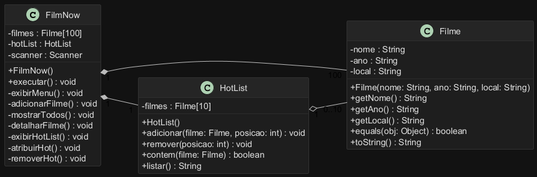
Earlier version of the PlantUML export docs/FilmNow_UML.png (juliovlpsp-commits/LAB03-S). The source it was exported from:
```plantuml
@startuml FilmNow
left to right direction
skinparam backgroundColor #121212
skinparam shadowing false
skinparam ArrowColor #BBBBBB
skinparam ClassBackgroundColor #1E1E1E
skinparam ClassBorderColor #3A3A3A
skinparam ClassFontColor #E0E0E0
skinparam ClassAttributeFontColor #E0E0E0
skinparam ClassStereotypeFontColor #90CAF9
skinparam ClassHeaderBackgroundColor #252525
skinparam NoteBackgroundColor #2C2C2C
skinparam NoteBorderColor #444444
skinparam NoteFontColor #E0E0E0
skinparam PackageBackgroundColor #1E1E1E
skinparam PackageBorderColor #3A3A3A
skinparam PackageFontColor #E0E0E0
skinparam classAttributeIconSize 0

class FilmNow {
  - filmes : Filme[100]
  - hotList : HotList
  - scanner : Scanner
  + FilmNow()
  + executar() : void
  - exibirMenu() : void
  - adicionarFilme() : void
  - mostrarTodos() : void
  - detalharFilme() : void
  - exibirHotList() : void
  - atribuirHot() : void
  - removerHot() : void
}

class Filme {
  - nome : String
  - ano : String
  - local : String
  + Filme(nome: String, ano: String, local: String)
  + getNome() : String
  + getAno() : String
  + getLocal() : String
  + equals(obj: Object) : boolean
  + toString() : String
}

class HotList {
  - filmes : Filme[10]
  + HotList()
  + adicionar(filme: Filme, posicao: int) : void
  + remover(posicao: int) : void
  + contem(filme: Filme) : boolean
  + listar() : String
}

FilmNow "1" *-- "100" Filme
FilmNow "1" *-- "1" HotList
HotList "1" o-- "0..10" Filme
@enduml
```
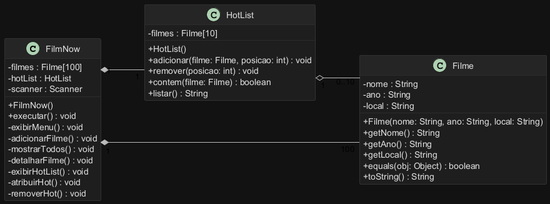
After the commit.

The edit, as a diff of the source:
```diff
@@ -9,13 +9,10 @@
 skinparam ClassAttributeFontColor #E0E0E0
 skinparam ClassStereotypeFontColor #90CAF9
 skinparam ClassHeaderBackgroundColor #252525
-skinparam NoteBackgroundColor #2C2C2C
-skinparam NoteBorderColor #444444
-skinparam NoteFontColor #E0E0E0
-skinparam PackageBackgroundColor #1E1E1E
-skinparam PackageBorderColor #3A3A3A
-skinparam PackageFontColor #E0E0E0
 skinparam classAttributeIconSize 0
+skinparam linetype ortho
+skinparam nodesep 90
+skinparam ranksep 70
 
 class FilmNow {
   - filmes : Filme[100]
@@ -32,6 +29,15 @@
   - removerHot() : void
 }
 
+class HotList {
+  - filmes : Filme[10]
+  + HotList()
+  + adicionar(filme: Filme, posicao: int) : void
+  + remover(posicao: int) : void
+  + contem(filme: Filme) : boolean
+  + listar() : String
+}
+
 class Filme {
   - nome : String
   - ano : String
@@ -44,16 +50,7 @@
   + toString() : String
 }
 
-class HotList {
-  - filmes : Filme[10]
-  + HotList()
-  + adicionar(filme: Filme, posicao: int) : void
-  + remover(posicao: int) : void
-  + contem(filme: Filme) : boolean
-  + listar() : String
-}
-
+FilmNow "1" *-- "1" HotList
 FilmNow "1" *-- "100" Filme
-FilmNow "1" *-- "1" HotList
 HotList "1" o-- "0..10" Filme
 @enduml
```
